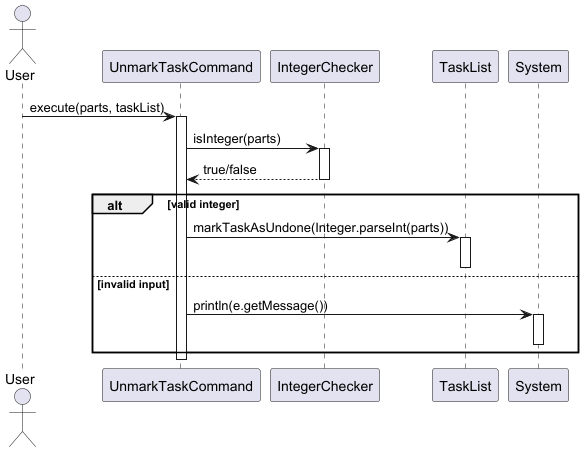
Before: docs/diagrams/tasklistcommands/UnmarkTaskCommandSequenceDiagram.png, a diagram exported from PlantUML (wongyihao02/tp).
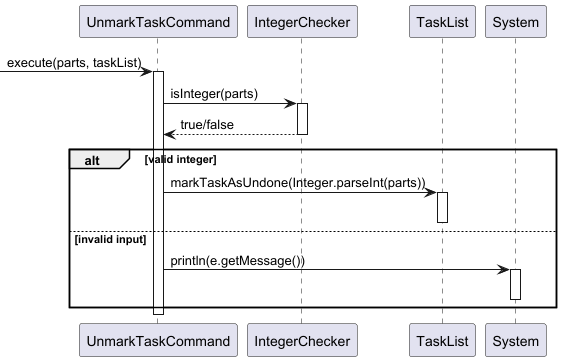
After the commit.

Diff of the diagram source:
```diff
@@ -1,13 +1,11 @@
 @startuml
-
-actor User
 
 participant "UnmarkTaskCommand" as UnmarkCmd
 participant "IntegerChecker" as Checker
 participant "TaskList" as TaskList
 participant "System" as Console
 
-User -> UnmarkCmd : execute(parts, taskList)
+-> UnmarkCmd : execute(parts, taskList)
 activate UnmarkCmd
 
 UnmarkCmd -> Checker : isInteger(parts)
```
